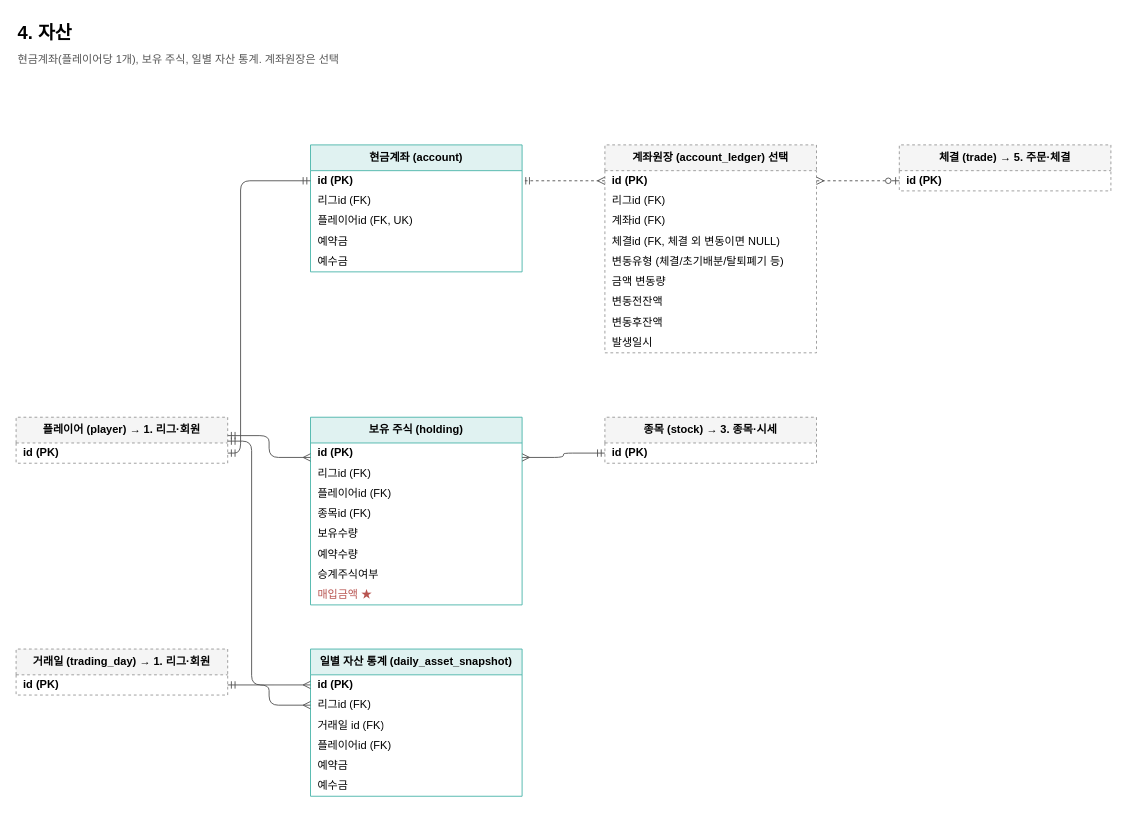
Before: page "4. 자산" (5 of 9) of docs/erd/naspi.drawio in JECT-Study/naspi-5th-Server, a draw.io diagram. Source tidied: cells renumbered, new cells numbered last; positions are measured from the earlier drawing's top-left corner, leaving out a move shared by most shapes. Both pictures are drawn from the tidied source at 92%, with x=0, y=0 at pixel (16, 16).
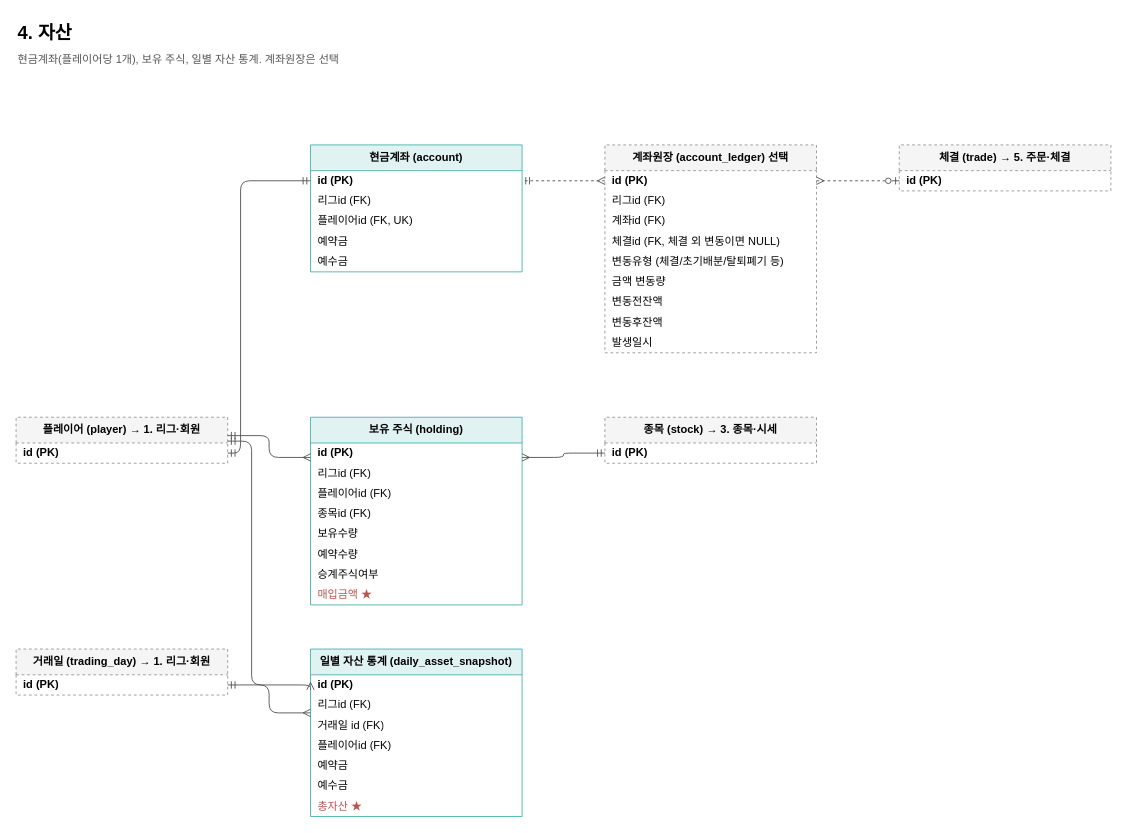
The same diagram, later.

The edit, as a diff of the source:
```diff
@@
     <mxCell id="27" value="일별 자산 통계 (daily_asset_snapshot)" style="swimlane;fontStyle=1;horizontal=1;startSize=28;html=1;whiteSpace=wrap;fillColor=#e0f2f1;strokeColor=#4db6ac;" parent="1" vertex="1">
-      <mxGeometry x="320" y="688" width="230" height="160" as="geometry" />
+      <mxGeometry x="320" y="688" width="230" height="182" as="geometry" />
     </mxCell>
@@
+    <mxCell id="51" value="총자산 ★" style="text;strokeColor=none;fillColor=none;align=left;verticalAlign=middle;spacingLeft=6;overflow=hidden;html=1;fontColor=#B85450;" parent="27" vertex="1">
+      <mxGeometry y="160" width="230" height="22" as="geometry" />
+    </mxCell>
```
